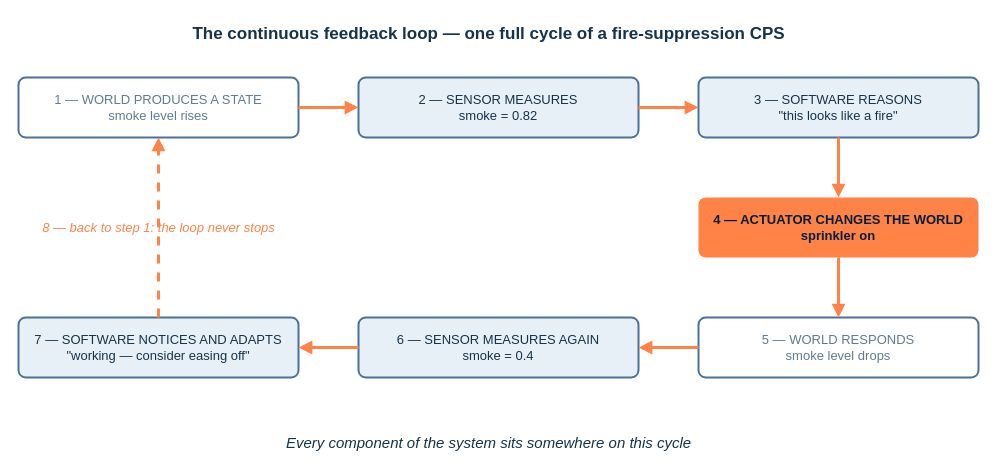
Earlier version of the draw.io diagram course-notes/diagrams/course-notes1-fig09.drawio (eislab-cps/D7065E). Source tidied: cells renumbered, new cells numbered last; positions are measured from the earlier drawing's top-left corner, leaving out a move shared by most shapes. Both pictures are drawn from the tidied source at 100%, with x=0, y=0 at pixel (18, 17).
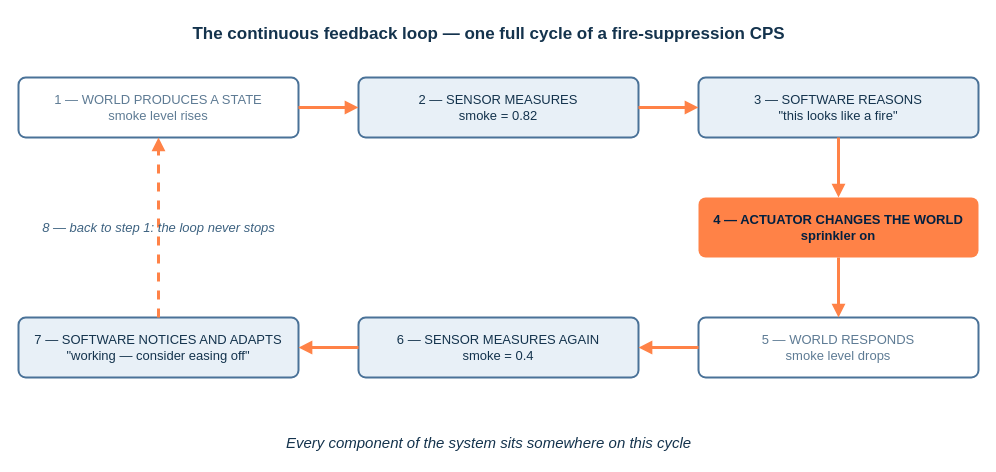
The same page after the edit.

Change to the diagram source:
```diff
@@
 <mxGraphModel background="#FFFFFF">
   <root>
     <mxCell id="0" />
     <mxCell id="1" parent="0" />
     <mxCell id="2" value="The continuous feedback loop — one full cycle of a fire-suppression CPS" style="text;html=1;align=center;fontColor=#14334D;fontSize=17;fontStyle=1;fontFamily=Helvetica;" parent="1" vertex="1">
       <mxGeometry x="70" width="800" height="30" as="geometry" />
     </mxCell>
     <mxCell id="3" value="1 — WORLD PRODUCES A STATE&#10;smoke level rises" style="rounded=1;whiteSpace=wrap;html=1;fillColor=none;strokeColor=#4A7298;strokeWidth=2;fontColor=#5E7B94;fontSize=13;fontFamily=Helvetica;arcSize=12;" parent="1" vertex="1">
       <mxGeometry y="60" width="280" height="60" as="geometry" />
     </mxCell>
     <mxCell id="4" value="2 — SENSOR MEASURES&#10;smoke = 0.82" style="rounded=1;whiteSpace=wrap;html=1;fillColor=#E8F0F7;strokeColor=#4A7298;strokeWidth=2;fontColor=#14334D;fontSize=13;fontFamily=Helvetica;arcSize=12;" parent="1" vertex="1">
       <mxGeometry x="340" y="60" width="280" height="60" as="geometry" />
     </mxCell>
     <mxCell id="5" value="3 — SOFTWARE REASONS&#10;&quot;this looks like a fire&quot;" style="rounded=1;whiteSpace=wrap;html=1;fillColor=#E8F0F7;strokeColor=#4A7298;strokeWidth=2;fontColor=#14334D;fontSize=13;fontFamily=Helvetica;arcSize=12;" parent="1" vertex="1">
       <mxGeometry x="680" y="60" width="280" height="60" as="geometry" />
     </mxCell>
     <mxCell id="6" value="4 — ACTUATOR CHANGES THE WORLD&#10;sprinkler on" style="rounded=1;whiteSpace=wrap;html=1;fillColor=#FF8247;strokeColor=none;fontColor=#032040;fontSize=13;fontStyle=1;fontFamily=Helvetica;arcSize=12;" parent="1" vertex="1">
       <mxGeometry x="680" y="180" width="280" height="60" as="geometry" />
     </mxCell>
     <mxCell id="7" value="5 — WORLD RESPONDS&#10;smoke level drops" style="rounded=1;whiteSpace=wrap;html=1;fillColor=none;strokeColor=#4A7298;strokeWidth=2;fontColor=#5E7B94;fontSize=13;fontFamily=Helvetica;arcSize=12;" parent="1" vertex="1">
       <mxGeometry x="680" y="300" width="280" height="60" as="geometry" />
     </mxCell>
     <mxCell id="8" value="6 — SENSOR MEASURES AGAIN&#10;smoke = 0.4" style="rounded=1;whiteSpace=wrap;html=1;fillColor=#E8F0F7;strokeColor=#4A7298;strokeWidth=2;fontColor=#14334D;fontSize=13;fontFamily=Helvetica;arcSize=12;" parent="1" vertex="1">
       <mxGeometry x="340" y="300" width="280" height="60" as="geometry" />
     </mxCell>
     <mxCell id="9" value="7 — SOFTWARE NOTICES AND ADAPTS&#10;&quot;working — consider easing off&quot;" style="rounded=1;whiteSpace=wrap;html=1;fillColor=#E8F0F7;strokeColor=#4A7298;strokeWidth=2;fontColor=#14334D;fontSize=13;fontFamily=Helvetica;arcSize=12;" parent="1" vertex="1">
       <mxGeometry y="300" width="280" height="60" as="geometry" />
     </mxCell>
     <mxCell id="10" style="endArrow=block;html=1;strokeColor=#FF8247;strokeWidth=3;exitX=1;exitY=0.5;entryX=0;entryY=0.5;" parent="1" edge="1" source="3" target="4">
       <mxGeometry relative="1" as="geometry" />
     </mxCell>
     <mxCell id="11" style="endArrow=block;html=1;strokeColor=#FF8247;strokeWidth=3;exitX=1;exitY=0.5;entryX=0;entryY=0.5;" parent="1" edge="1" source="4" target="5">
       <mxGeometry relative="1" as="geometry" />
     </mxCell>
     <mxCell id="12" style="endArrow=block;html=1;strokeColor=#FF8247;strokeWidth=3;exitX=0.5;exitY=1;entryX=0.5;entryY=0;" parent="1" edge="1" source="5" target="6">
       <mxGeometry relative="1" as="geometry" />
     </mxCell>
     <mxCell id="13" style="endArrow=block;html=1;strokeColor=#FF8247;strokeWidth=3;exitX=0.5;exitY=1;entryX=0.5;entryY=0;" parent="1" edge="1" source="6" target="7">
       <mxGeometry relative="1" as="geometry" />
     </mxCell>
     <mxCell id="14" style="endArrow=block;html=1;strokeColor=#FF8247;strokeWidth=3;exitX=0;exitY=0.5;entryX=1;entryY=0.5;" parent="1" edge="1" source="7" target="8">
       <mxGeometry relative="1" as="geometry" />
     </mxCell>
     <mxCell id="15" style="endArrow=block;html=1;strokeColor=#FF8247;strokeWidth=3;exitX=0;exitY=0.5;entryX=1;entryY=0.5;" parent="1" edge="1" source="8" target="9">
       <mxGeometry relative="1" as="geometry" />
     </mxCell>
-    <mxCell id="16" value="8 — back to step 1: the loop never stops" style="endArrow=block;html=1;strokeColor=#FF8247;strokeWidth=3;dashed=1;fontColor=#FF8247;fontSize=13;fontStyle=2;fontFamily=Helvetica;labelBackgroundColor=none;exitX=0.5;exitY=0;entryX=0.5;entryY=1;" parent="1" edge="1" source="9" target="3">
+    <mxCell id="16" value="8 — back to step 1: the loop never stops" style="endArrow=block;html=1;strokeColor=#FF8247;strokeWidth=3;dashed=1;fontColor=#3D6280;fontSize=13;fontStyle=2;fontFamily=Helvetica;labelBackgroundColor=none;exitX=0.5;exitY=0;entryX=0.5;entryY=1;" parent="1" edge="1" source="9" target="3">
       <mxGeometry relative="1" as="geometry" />
     </mxCell>
     <mxCell id="17" value="Every component of the system sits somewhere on this cycle" style="text;html=1;align=center;fontColor=#14334D;fontSize=15;fontStyle=2;fontFamily=Helvetica;" parent="1" vertex="1">
       <mxGeometry x="170" y="410" width="600" height="28" as="geometry" />
     </mxCell>
   </root>
 </mxGraphModel>
```
